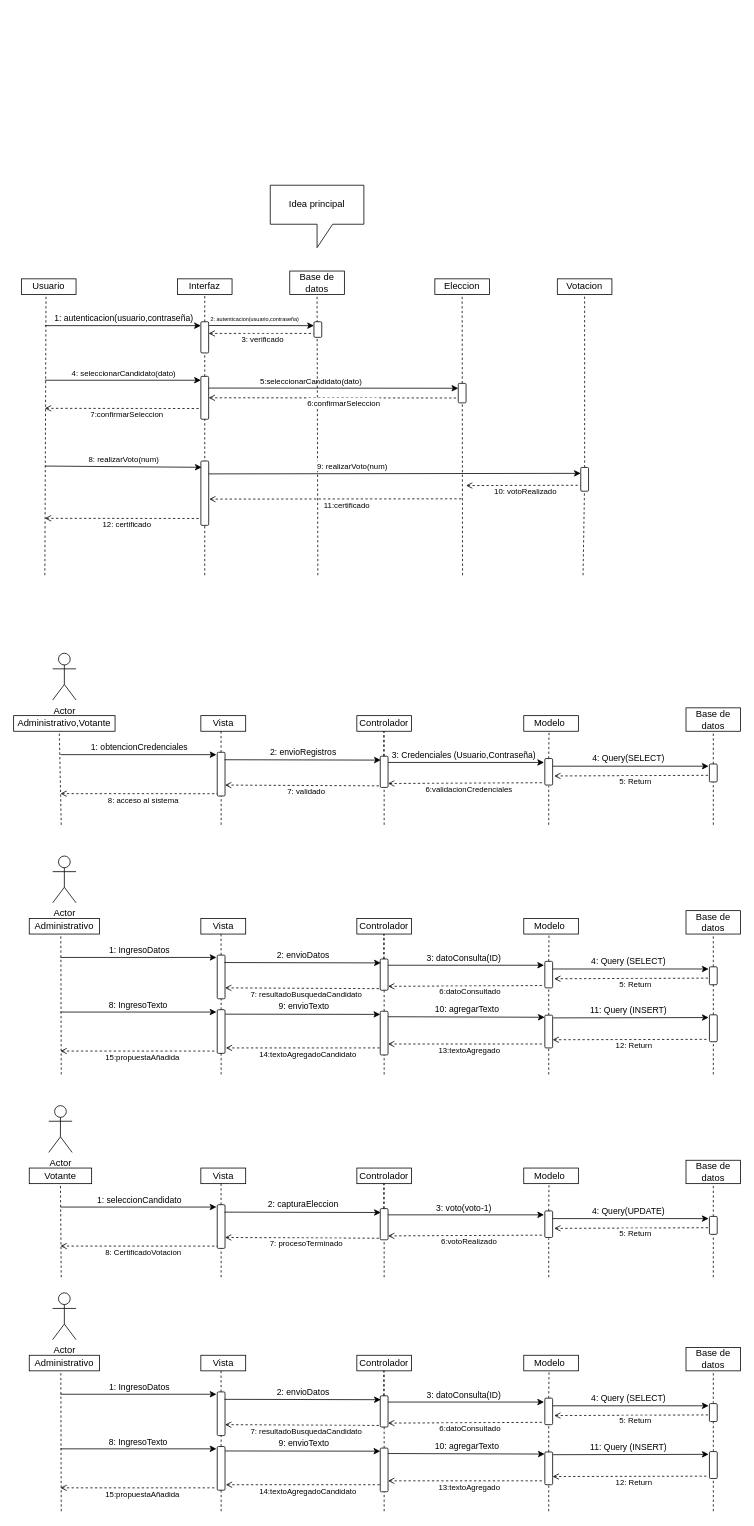
Andres-Nicolas/Diagramas keeps this draw.io diagram as DiagraSecue.drawio. Above is the earlier version. Source tidied: cells renumbered, new cells numbered last; positions are measured from the earlier drawing's top-left corner, leaving out a move shared by most shapes. Both pictures are drawn from the tidied source at 78%, with x=0, y=0 at pixel (13, 185).
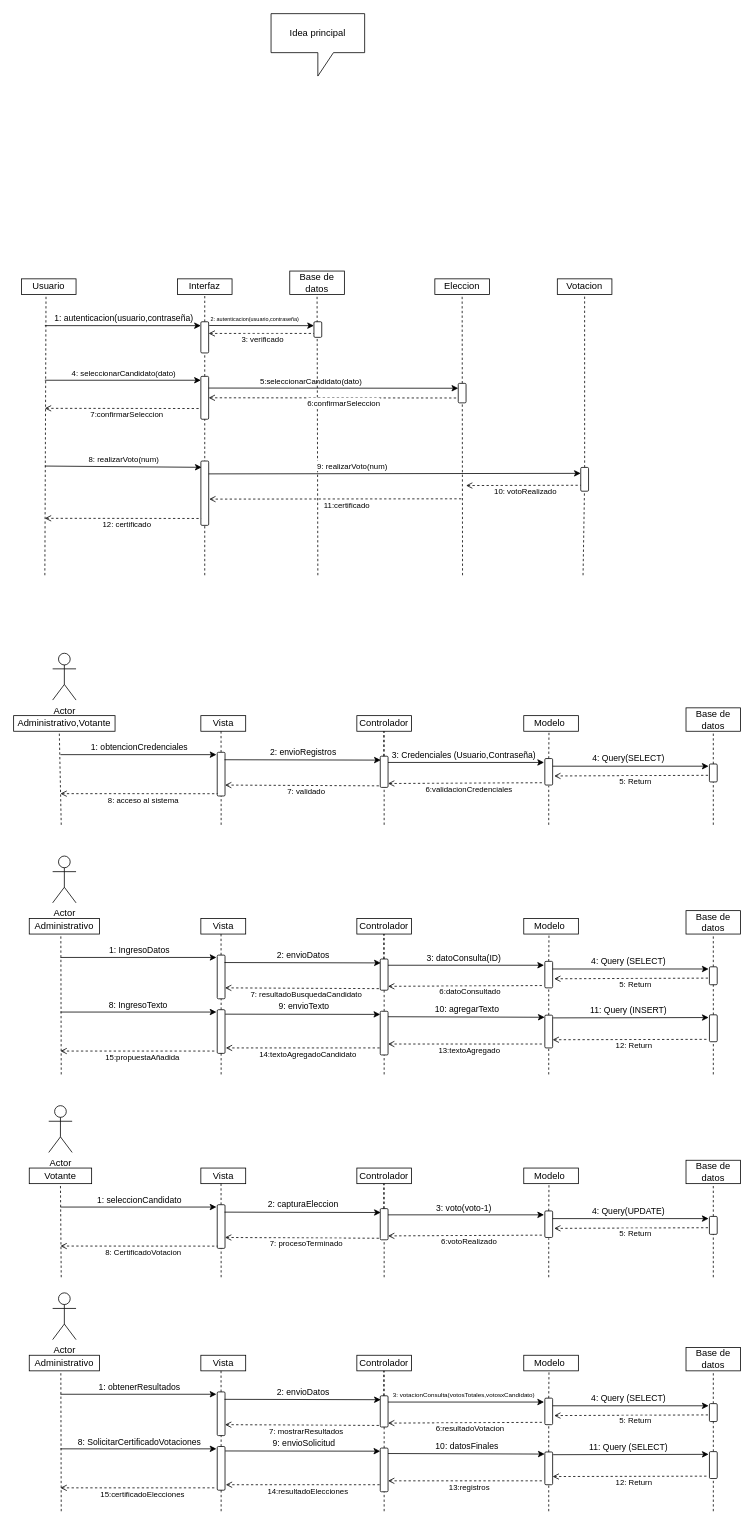
The same diagram, later.

The change refers to these unchanged cells:
```xml
<mxCell id="181" style="endArrow=classic;html=1;rounded=0;" parent="1" edge="1">
  <mxGeometry relative="1" as="geometry">
    <mxPoint x="60" y="1550" as="sourcePoint" />
    <mxPoint x="260" y="1550" as="targetPoint" />
  </mxGeometry>
</mxCell>
<mxCell id="191" style="endArrow=none;dashed=1;html=1;rounded=0;startArrow=open;startFill=0;exitX=0.75;exitY=0;exitDx=0;exitDy=0;" parent="1" edge="1" source="184">
  <mxGeometry relative="1" as="geometry">
    <mxPoint x="470" y="1590" as="targetPoint" />
  </mxGeometry>
</mxCell>
<mxCell id="198" style="endArrow=classic;html=1;rounded=0;" parent="1" edge="1">
  <mxGeometry relative="1" as="geometry">
    <mxPoint x="480" y="1560" as="sourcePoint" />
    <mxPoint x="680" y="1560" as="targetPoint" />
  </mxGeometry>
</mxCell>
<mxCell id="206" style="endArrow=none;dashed=1;html=1;rounded=0;startArrow=open;startFill=0;exitX=0.657;exitY=-0.2;exitDx=0;exitDy=0;exitPerimeter=0;" parent="1" edge="1">
  <mxGeometry relative="1" as="geometry">
    <mxPoint x="480" y="1587" as="sourcePoint" />
    <mxPoint x="680" y="1586" as="targetPoint" />
  </mxGeometry>
</mxCell>
<mxCell id="210" style="endArrow=classic;html=1;rounded=0;" parent="1" edge="1">
  <mxGeometry relative="1" as="geometry">
    <mxPoint x="60" y="1620" as="sourcePoint" />
    <mxPoint x="260" y="1620" as="targetPoint" />
  </mxGeometry>
</mxCell>
<mxCell id="214" style="endArrow=classic;html=1;rounded=0;exitX=0.102;exitY=-0.029;exitDx=0;exitDy=0;exitPerimeter=0;" parent="1" edge="1" source="212">
  <mxGeometry relative="1" as="geometry">
    <mxPoint x="470" y="1623" as="targetPoint" />
  </mxGeometry>
</mxCell>
<mxCell id="217" style="endArrow=classic;html=1;rounded=0;exitX=0.102;exitY=-0.029;exitDx=0;exitDy=0;exitPerimeter=0;entryX=0.064;entryY=1.019;entryDx=0;entryDy=0;entryPerimeter=0;" parent="1" edge="1" target="216">
  <mxGeometry relative="1" as="geometry">
    <mxPoint x="480" y="1626" as="sourcePoint" />
  </mxGeometry>
</mxCell>
<mxCell id="220" style="endArrow=classic;html=1;rounded=0;exitX=0.083;exitY=-0.067;exitDx=0;exitDy=0;exitPerimeter=0;entryX=0.101;entryY=1.1;entryDx=0;entryDy=0;entryPerimeter=0;" parent="1" edge="1" source="216" target="219">
  <mxGeometry relative="1" as="geometry" />
</mxCell>
<mxCell id="224" style="endArrow=none;dashed=1;html=1;rounded=0;startArrow=open;startFill=0;exitX=0.75;exitY=0;exitDx=0;exitDy=0;" parent="1" edge="1">
  <mxGeometry relative="1" as="geometry">
    <mxPoint x="480" y="1661" as="sourcePoint" />
    <mxPoint x="679" y="1661" as="targetPoint" />
  </mxGeometry>
</mxCell>
<mxCell id="226" style="endArrow=none;dashed=1;html=1;rounded=0;startArrow=open;startFill=0;exitX=0.875;exitY=-0.1;exitDx=0;exitDy=0;exitPerimeter=0;" parent="1" edge="1" source="212">
  <mxGeometry relative="1" as="geometry">
    <mxPoint x="471.5" y="1666" as="targetPoint" />
  </mxGeometry>
</mxCell>
<mxCell id="228" style="endArrow=none;dashed=1;html=1;rounded=0;startArrow=open;startFill=0;" parent="1" edge="1">
  <mxGeometry relative="1" as="geometry">
    <mxPoint x="60" y="1670" as="sourcePoint" />
    <mxPoint x="260" y="1670" as="targetPoint" />
  </mxGeometry>
</mxCell>
```

The edit, as a diff of the source:
```diff
@@
     <mxCell id="45" value="Idea principal" style="shape=callout;whiteSpace=wrap;html=1;perimeter=calloutPerimeter;" parent="1" vertex="1">
-      <mxGeometry x="329" width="120" height="80" as="geometry" />
+      <mxGeometry x="330" y="-220" width="120" height="80" as="geometry" />
     </mxCell>
@@
-    <mxCell id="182" value="1: IngresoDatos" style="edgeLabel;html=1;align=center;verticalAlign=middle;" parent="181" vertex="1">
+    <mxCell id="182" value="1: obtenerResultados" style="edgeLabel;html=1;align=center;verticalAlign=middle;" parent="181" vertex="1">
       <mxGeometry x="-0.4" y="1" relative="1" as="geometry">
         <mxPoint x="40" y="-9" as="offset" />
       </mxGeometry>
     </mxCell>
@@
-    <mxCell id="192" value="&lt;font style=&quot;font-size: 10px;&quot;&gt;7: resultadoBusquedaCandidato&lt;/font&gt;" style="edgeLabel;html=1;align=center;verticalAlign=middle;" parent="191" vertex="1">
+    <mxCell id="192" value="&lt;font style=&quot;font-size: 10px;&quot;&gt;7: mostrarResultados&lt;/font&gt;" style="edgeLabel;html=1;align=center;verticalAlign=middle;" parent="191" vertex="1">
       <mxGeometry x="0.14" y="-3" relative="1" as="geometry">
         <mxPoint x="-9" y="4" as="offset" />
       </mxGeometry>
     </mxCell>
@@
-    <mxCell id="199" value="3: datoConsulta(ID)" style="edgeLabel;html=1;align=center;verticalAlign=middle;" parent="198" vertex="1">
+    <mxCell id="199" value="3: votacionConsulta(votosTotales,votosxCandidato)" style="edgeLabel;html=1;align=center;verticalAlign=middle;fontSize=8;" parent="198" vertex="1">
       <mxGeometry x="-0.4" y="1" relative="1" as="geometry">
         <mxPoint x="36" y="-9" as="offset" />
       </mxGeometry>
     </mxCell>
@@
-    <mxCell id="207" value="&lt;font style=&quot;font-size: 10px;&quot;&gt;6:datoConsultado&lt;/font&gt;" style="edgeLabel;html=1;align=center;verticalAlign=middle;" parent="206" vertex="1">
+    <mxCell id="207" value="&lt;font style=&quot;font-size: 10px;&quot;&gt;6:resultadoVotacion&lt;/font&gt;" style="edgeLabel;html=1;align=center;verticalAlign=middle;" parent="206" vertex="1">
       <mxGeometry x="0.14" y="-2" relative="1" as="geometry">
         <mxPoint x="-10" y="5" as="offset" />
       </mxGeometry>
     </mxCell>
@@
-    <mxCell id="211" value="8: IngresoTexto&amp;nbsp;" style="edgeLabel;html=1;align=center;verticalAlign=middle;" parent="210" vertex="1">
+    <mxCell id="211" value="8: SolicitarCertificadoVotaciones" style="edgeLabel;html=1;align=center;verticalAlign=middle;" parent="210" vertex="1">
       <mxGeometry x="-0.4" y="1" relative="1" as="geometry">
         <mxPoint x="40" y="-9" as="offset" />
       </mxGeometry>
     </mxCell>
@@
-    <mxCell id="215" value="9: envioTexto" style="edgeLabel;html=1;align=center;verticalAlign=middle;" parent="214" vertex="1">
+    <mxCell id="215" value="9: envioSolicitud" style="edgeLabel;html=1;align=center;verticalAlign=middle;" parent="214" vertex="1">
       <mxGeometry x="-0.4" y="1" relative="1" as="geometry">
         <mxPoint x="40" y="-9" as="offset" />
       </mxGeometry>
     </mxCell>
@@
-    <mxCell id="218" value="10: agregarTexto" style="edgeLabel;html=1;align=center;verticalAlign=middle;" parent="217" vertex="1">
+    <mxCell id="218" value="10: datosFinales" style="edgeLabel;html=1;align=center;verticalAlign=middle;" parent="217" vertex="1">
       <mxGeometry x="-0.4" y="1" relative="1" as="geometry">
         <mxPoint x="40" y="-9" as="offset" />
       </mxGeometry>
     </mxCell>
@@
-    <mxCell id="221" value="11: Query (INSERT)" style="edgeLabel;html=1;align=center;verticalAlign=middle;" parent="220" vertex="1">
+    <mxCell id="221" value="11: Query (SELECT)" style="edgeLabel;html=1;align=center;verticalAlign=middle;" parent="220" vertex="1">
       <mxGeometry x="-0.4" y="1" relative="1" as="geometry">
         <mxPoint x="36" y="-9" as="offset" />
       </mxGeometry>
     </mxCell>
@@
-    <mxCell id="225" value="&lt;font style=&quot;font-size: 10px;&quot;&gt;13:textoAgregado&lt;/font&gt;" style="edgeLabel;html=1;align=center;verticalAlign=middle;" parent="224" vertex="1">
+    <mxCell id="225" value="&lt;font style=&quot;font-size: 10px;&quot;&gt;13:registros&lt;/font&gt;" style="edgeLabel;html=1;align=center;verticalAlign=middle;" parent="224" vertex="1">
       <mxGeometry x="0.14" y="-2" relative="1" as="geometry">
         <mxPoint x="-10" y="5" as="offset" />
       </mxGeometry>
     </mxCell>
@@
-    <mxCell id="227" value="&lt;font style=&quot;font-size: 10px;&quot;&gt;14:textoAgregadoCandidato&lt;/font&gt;" style="edgeLabel;html=1;align=center;verticalAlign=middle;" parent="226" vertex="1">
+    <mxCell id="227" value="&lt;font style=&quot;font-size: 10px;&quot;&gt;14:resultadoElecciones&lt;/font&gt;" style="edgeLabel;html=1;align=center;verticalAlign=middle;" parent="226" vertex="1">
       <mxGeometry x="0.14" y="-2" relative="1" as="geometry">
         <mxPoint x="-10" y="5" as="offset" />
       </mxGeometry>
     </mxCell>
@@
-    <mxCell id="229" value="&lt;font style=&quot;font-size: 10px;&quot;&gt;15:propuestaAñadida&lt;/font&gt;" style="edgeLabel;html=1;align=center;verticalAlign=middle;" parent="228" vertex="1">
+    <mxCell id="229" value="&lt;font style=&quot;font-size: 10px;&quot;&gt;15:certificadoElecciones&lt;/font&gt;" style="edgeLabel;html=1;align=center;verticalAlign=middle;" parent="228" vertex="1">
       <mxGeometry x="0.14" y="-2" relative="1" as="geometry">
         <mxPoint x="-10" y="5" as="offset" />
       </mxGeometry>
     </mxCell>
```
